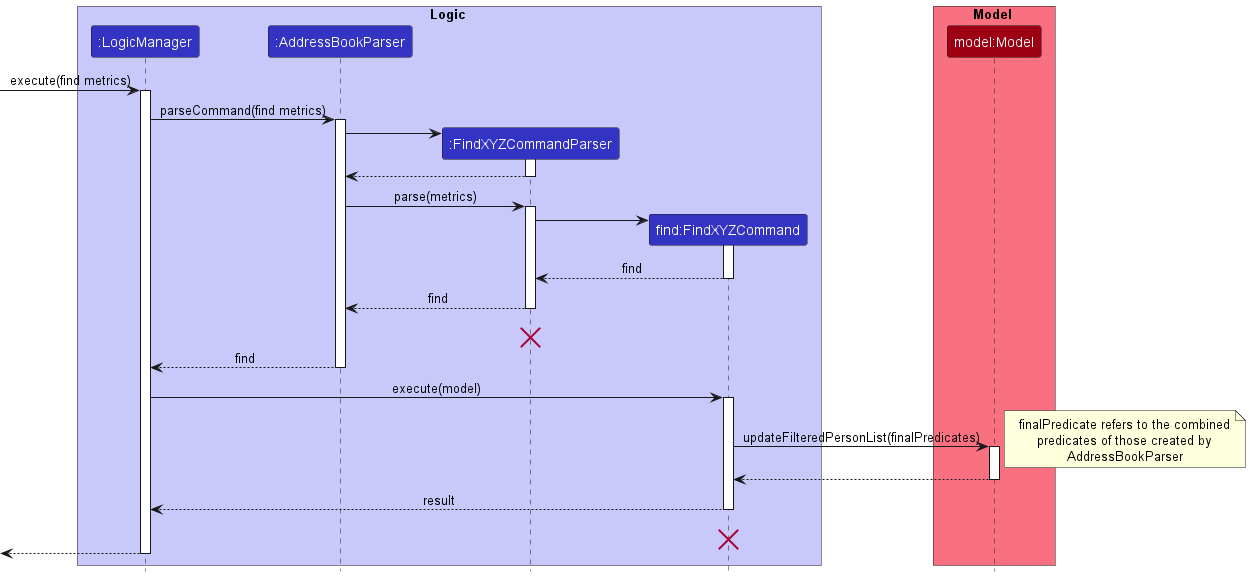
Earlier version of the PlantUML export docs/images/FindSequenceDiagram.png (nus-cs2103-AY2223S1/tp).
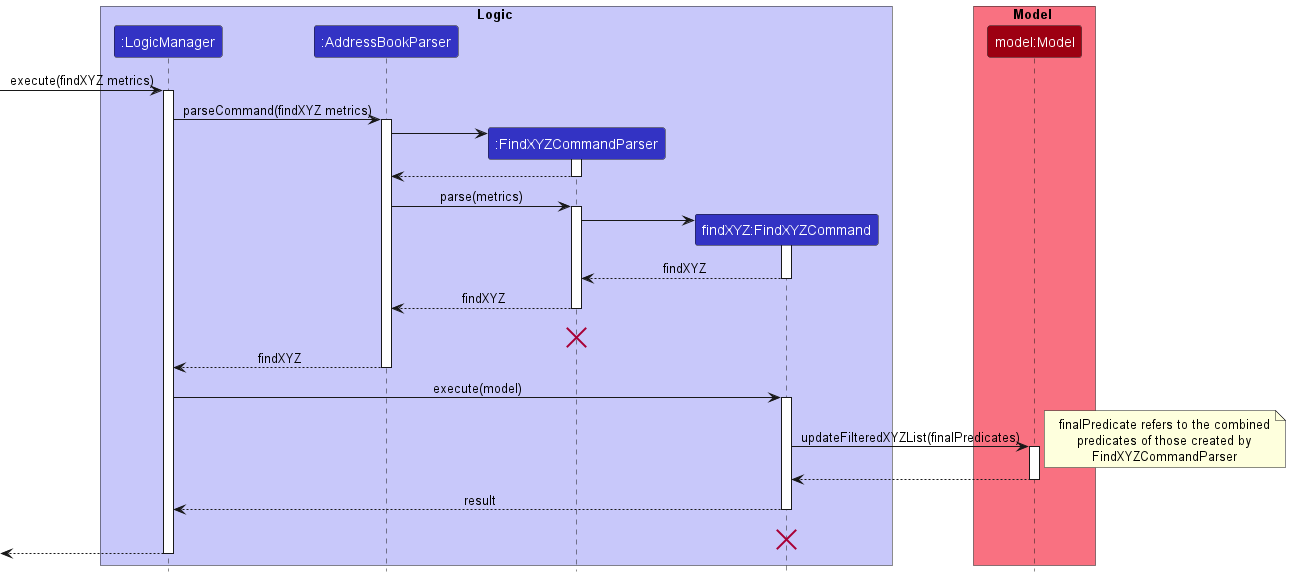
The same file after the commit.

What changed in the source:
```diff
@@ -5,17 +5,17 @@
 participant ":LogicManager" as LogicManager LOGIC_COLOR
 participant ":AddressBookParser" as AddressBookParser LOGIC_COLOR
 participant ":FindXYZCommandParser" as FindXYZCommandParser LOGIC_COLOR
-participant "find:FindXYZCommand" as FindXYZCommand LOGIC_COLOR
+participant "findXYZ:FindXYZCommand" as FindXYZCommand LOGIC_COLOR
 end box
 
 box Model MODEL_COLOR_T1
 participant "model:Model" as Model MODEL_COLOR
 end box
 
-[-> LogicManager : execute(find metrics)
+[-> LogicManager : execute(findXYZ metrics)
 activate LogicManager
 
-LogicManager -> AddressBookParser : parseCommand(find metrics)
+LogicManager -> AddressBookParser : parseCommand(findXYZ metrics)
 activate AddressBookParser
 
 create FindXYZCommandParser
@@ -32,28 +32,28 @@
 FindXYZCommandParser -> FindXYZCommand
 activate FindXYZCommand
 
-FindXYZCommand --> FindXYZCommandParser : find
+FindXYZCommand --> FindXYZCommandParser : findXYZ
 deactivate FindXYZCommand
 
-FindXYZCommandParser --> AddressBookParser : find
+FindXYZCommandParser --> AddressBookParser : findXYZ
 deactivate FindXYZCommandParser
 
 FindXYZCommandParser -[hidden]-> AddressBookParser : result
 destroy FindXYZCommandParser
 
-AddressBookParser --> LogicManager : find
+AddressBookParser --> LogicManager : findXYZ
 deactivate AddressBookParser
 
 LogicManager -> FindXYZCommand : execute(model)
 activate FindXYZCommand
 
-FindXYZCommand -> Model : updateFilteredPersonList(finalPredicates)
+FindXYZCommand -> Model : updateFilteredXYZList(finalPredicates)
 activate Model
 
 note right
 finalPredicate refers to the combined
 predicates of those created by
-AddressBookParser
+FindXYZCommandParser
 end note
 
 Model --> FindXYZCommand
```
